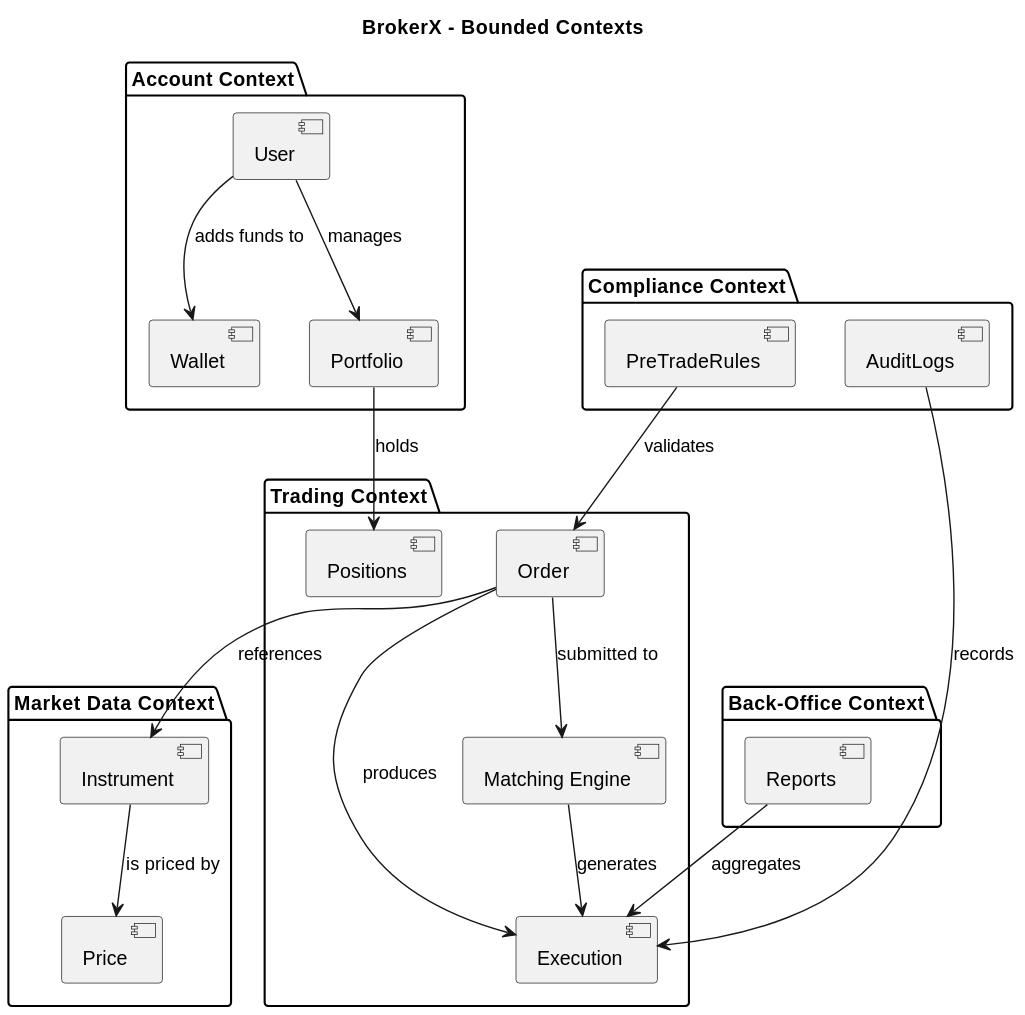
The PlantUML diagram docs/bounded_context.svg in cjayneb/log430-project, before a commit. The source it was exported from:
```plantuml
@startuml
title BrokerX - Bounded Contexts

package "Trading Context" {
  [Order]
  [Execution]
  [Matching Engine]
  [Positions]
}

package "Market Data Context" {
  [Instrument]
  [Price]
}

package "Account Context" {
  [User]
  [Wallet]
  [Portfolio]
}

package "Compliance Context" {
  [AuditLogs]
  [PreTradeRules]
}

package "Back-Office Context" {
  [Execution]
  [Reports]
}

[Order] --> [Execution] : produces
[Order] --> [Matching Engine] : submitted to
[Matching Engine] --> [Execution] : generates

[Order] --> [Instrument] : references
[Portfolio] --> [Positions] : holds

[User] --> [Wallet] : adds funds to
[User] --> [Portfolio] : manages

[AuditLogs] --> [Execution] : records

[Reports] --> [Execution] : aggregates

[PreTradeRules] --> [Order] : validates
[Instrument] --> [Price] : is priced by
@enduml
```
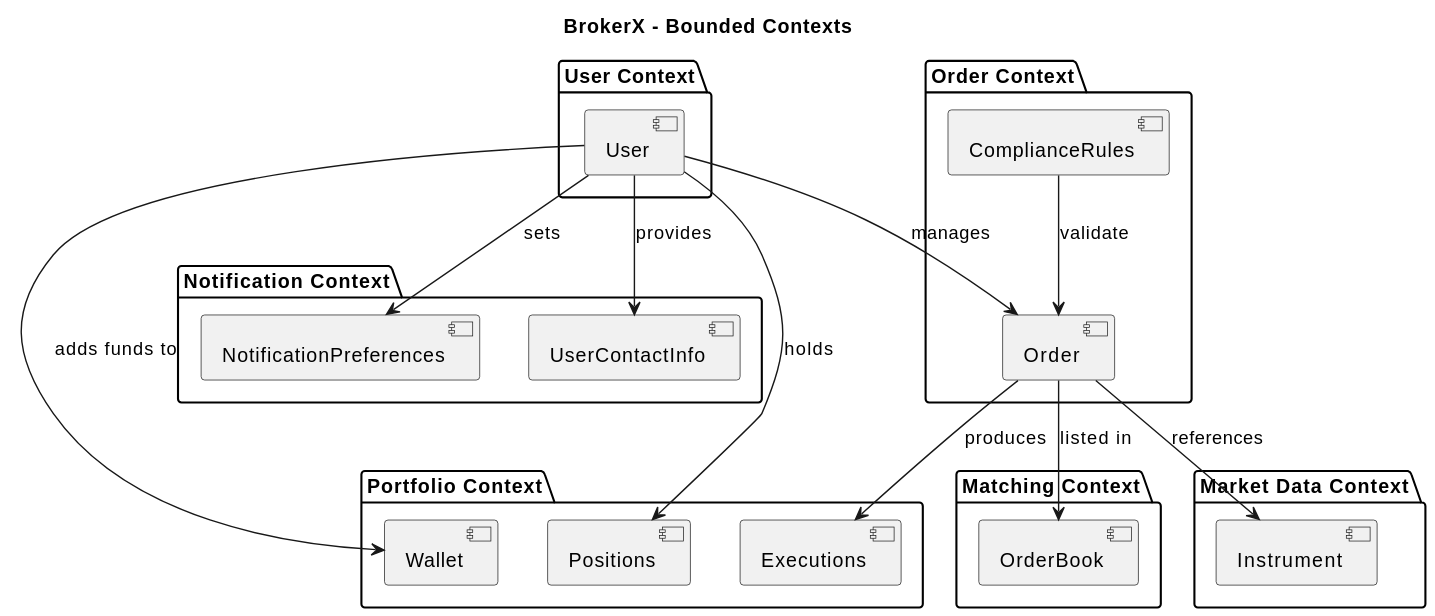
After the change.

The edit, as a diff of the source:
```diff
@@ -1,48 +1,45 @@
 @startuml
 title BrokerX - Bounded Contexts
 
-package "Trading Context" {
+package "Order Context" {
   [Order]
-  [Execution]
-  [Matching Engine]
-  [Positions]
+  [ComplianceRules]
 }
 
 package "Market Data Context" {
   [Instrument]
-  [Price]
 }
 
-package "Account Context" {
+package "User Context" {
   [User]
-  [Wallet]
-  [Portfolio]
 }
 
-package "Compliance Context" {
-  [AuditLogs]
-  [PreTradeRules]
+package "Portfolio Context" {
+  [Executions]
+  [Positions]
+  [Wallet]
 }
 
-package "Back-Office Context" {
-  [Execution]
-  [Reports]
+package "Matching Context" {
+  [OrderBook]
 }
 
-[Order] --> [Execution] : produces
-[Order] --> [Matching Engine] : submitted to
-[Matching Engine] --> [Execution] : generates
+package "Notification Context" {
+  [NotificationPreferences]
+  [UserContactInfo]
+}
+
+[Order] --> [Executions] : produces
+[Order] --> [OrderBook] : listed in
 
 [Order] --> [Instrument] : references
-[Portfolio] --> [Positions] : holds
+[User] --> [Positions] : holds
 
 [User] --> [Wallet] : adds funds to
-[User] --> [Portfolio] : manages
+[User] --> [Order] : manages
 
-[AuditLogs] --> [Execution] : records
+[ComplianceRules] --> [Order] : validate
 
-[Reports] --> [Execution] : aggregates
-
-[PreTradeRules] --> [Order] : validates
-[Instrument] --> [Price] : is priced by
+[User] --> [NotificationPreferences] : sets
+[User] --> [UserContactInfo] : provides
 @enduml
```
